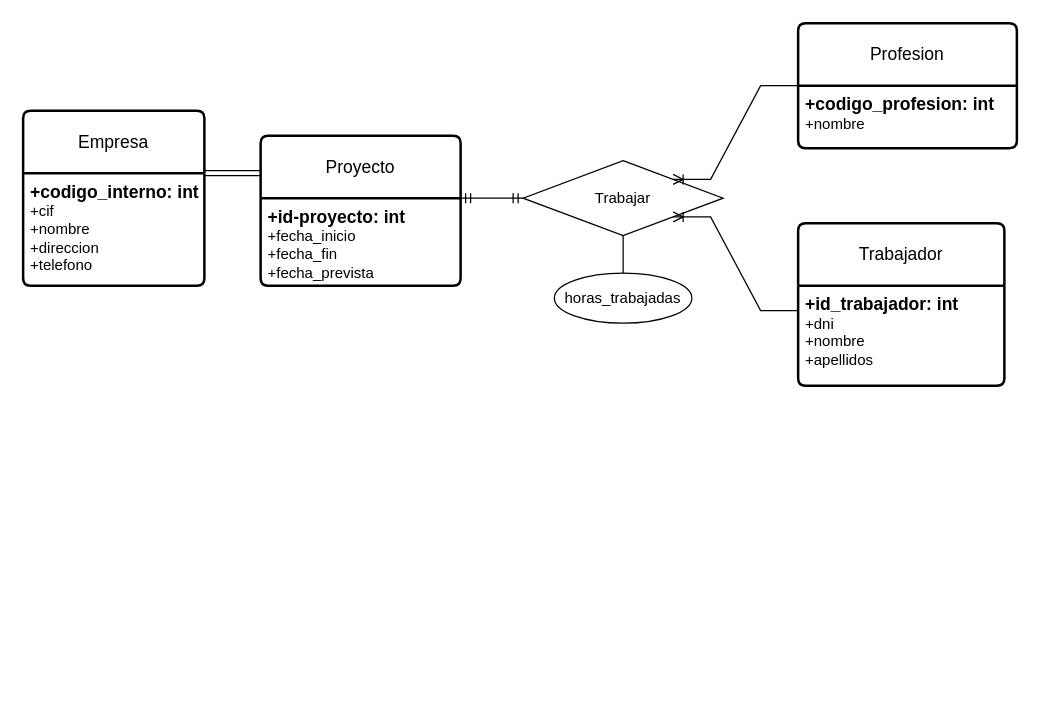
The draw.io diagram ejercicio12.drawio in AsierGArranz/aga-sru-sa-t-UD12DiagramaER-11102023, before the edit. Source tidied: cells renumbered, new cells numbered last; positions are measured from the earlier drawing's top-left corner, leaving out a move shared by most shapes. Both pictures are drawn from the tidied source at 125%, with x=0, y=0 at pixel (22, 22).
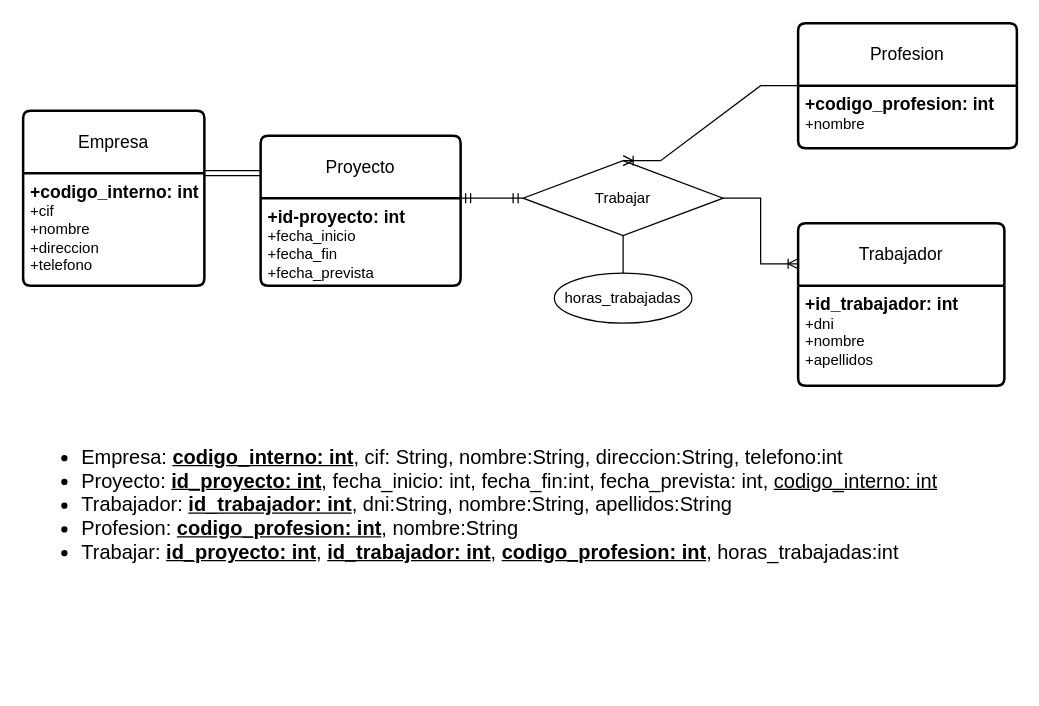
The same page after the edit.

Diff of the diagram source:
```diff
@@
 <mxGraphModel>
   <root>
     <mxCell id="0" />
     <mxCell id="1" parent="0" />
     <mxCell id="2" value="Empresa" style="swimlane;horizontal=1;startSize=50;rounded=1;fontSize=14;fontStyle=0;strokeWidth=2;shadow=0;dashed=0;align=center;arcSize=4;whiteSpace=wrap;html=1;" parent="1" vertex="1">
       <mxGeometry y="70" width="145" height="140" as="geometry" />
     </mxCell>
     <mxCell id="3" value="&lt;font style=&quot;font-size: 14px;&quot;&gt;&lt;b&gt;+codigo_interno: int&lt;/b&gt;&lt;/font&gt;&lt;br&gt;+cif&lt;br&gt;+nombre&lt;br&gt;+direccion&lt;br&gt;+telefono" style="align=left;strokeColor=none;fillColor=none;spacingLeft=4;fontSize=12;verticalAlign=top;html=1;" parent="2" vertex="1">
       <mxGeometry y="50" width="145" height="90" as="geometry" />
     </mxCell>
     <mxCell id="4" value="Proyecto" style="swimlane;horizontal=1;startSize=50;rounded=1;fontSize=14;fontStyle=0;strokeWidth=2;shadow=0;dashed=0;align=center;arcSize=4;whiteSpace=wrap;html=1;" parent="1" vertex="1">
       <mxGeometry x="190" y="90" width="160" height="120" as="geometry" />
     </mxCell>
     <mxCell id="5" value="&lt;font style=&quot;font-size: 14px;&quot;&gt;&lt;b&gt;+id-proyecto: int&lt;/b&gt;&lt;/font&gt;&lt;br&gt;+fecha_inicio&lt;br&gt;+fecha_fin&lt;br&gt;+fecha_prevista" style="align=left;strokeColor=none;fillColor=none;spacingLeft=4;fontSize=12;verticalAlign=top;html=1;" parent="4" vertex="1">
       <mxGeometry y="50" width="160" height="70" as="geometry" />
     </mxCell>
     <mxCell id="6" style="shape=link;html=1;rounded=0;entryX=0;entryY=0.25;entryDx=0;entryDy=0;exitX=1;exitY=0;exitDx=0;exitDy=0;" parent="1" edge="1" source="3" target="4">
       <mxGeometry relative="1" as="geometry" />
     </mxCell>
     <mxCell id="7" value="Trabajador" style="swimlane;horizontal=1;startSize=50;rounded=1;fontSize=14;fontStyle=0;strokeWidth=2;shadow=0;dashed=0;align=center;arcSize=4;whiteSpace=wrap;html=1;" parent="1" vertex="1">
       <mxGeometry x="620" y="160" width="165" height="130" as="geometry" />
     </mxCell>
     <mxCell id="8" value="&lt;b&gt;&lt;font style=&quot;font-size: 14px;&quot;&gt;+id_trabajador: int&lt;/font&gt;&lt;/b&gt;&lt;br&gt;+dni&lt;br&gt;+nombre&lt;br&gt;+apellidos" style="align=left;strokeColor=none;fillColor=none;spacingLeft=4;fontSize=12;verticalAlign=top;html=1;" parent="7" vertex="1">
       <mxGeometry y="50" width="165" height="80" as="geometry" />
     </mxCell>
     <mxCell id="9" value="Profesion" style="swimlane;horizontal=1;startSize=50;rounded=1;fontSize=14;fontStyle=0;strokeWidth=2;shadow=0;dashed=0;align=center;arcSize=4;whiteSpace=wrap;html=1;" parent="1" vertex="1">
       <mxGeometry x="620" width="175" height="100" as="geometry" />
     </mxCell>
     <mxCell id="10" value="&lt;font style=&quot;font-size: 14px;&quot;&gt;&lt;b&gt;+codigo_profesion: int&lt;/b&gt;&lt;/font&gt;&lt;br&gt;+nombre" style="align=left;strokeColor=none;fillColor=none;spacingLeft=4;fontSize=12;verticalAlign=top;html=1;" parent="9" vertex="1">
       <mxGeometry y="50" width="175" height="50" as="geometry" />
     </mxCell>
     <mxCell id="11" value="Trabajar" style="shape=rhombus;perimeter=rhombusPerimeter;whiteSpace=wrap;html=1;align=center;" parent="1" vertex="1">
       <mxGeometry x="400" y="110" width="160" height="60" as="geometry" />
     </mxCell>
     <mxCell id="12" value="horas_trabajadas" style="ellipse;whiteSpace=wrap;html=1;align=center;" parent="1" vertex="1">
       <mxGeometry x="425" y="200" width="110" height="40" as="geometry" />
     </mxCell>
     <mxCell id="13" style="endArrow=none;html=1;rounded=0;entryX=0.5;entryY=1;entryDx=0;entryDy=0;exitX=0.5;exitY=0;exitDx=0;exitDy=0;" parent="1" edge="1" source="12" target="11">
       <mxGeometry relative="1" as="geometry" />
     </mxCell>
     <mxCell id="14" style="edgeStyle=entityRelationEdgeStyle;fontSize=12;html=1;endArrow=ERmandOne;startArrow=ERmandOne;rounded=0;exitX=1;exitY=0;exitDx=0;exitDy=0;entryX=0;entryY=0.5;entryDx=0;entryDy=0;" parent="1" edge="1" source="5" target="11">
       <mxGeometry relative="1" as="geometry" />
     </mxCell>
-    <mxCell id="15" style="edgeStyle=entityRelationEdgeStyle;fontSize=12;html=1;endArrow=ERoneToMany;rounded=0;exitX=0;exitY=0;exitDx=0;exitDy=0;entryX=1;entryY=0;entryDx=0;entryDy=0;" parent="1" edge="1" source="10" target="11">
+    <mxCell id="15" style="edgeStyle=entityRelationEdgeStyle;fontSize=12;html=1;endArrow=ERoneToMany;rounded=0;exitX=0;exitY=0;exitDx=0;exitDy=0;entryX=0.5;entryY=0;entryDx=0;entryDy=0;" parent="1" edge="1" source="10" target="11">
       <mxGeometry relative="1" as="geometry" />
     </mxCell>
-    <mxCell id="16" style="edgeStyle=entityRelationEdgeStyle;fontSize=12;html=1;endArrow=ERoneToMany;rounded=0;exitX=0;exitY=0.25;exitDx=0;exitDy=0;entryX=1;entryY=1;entryDx=0;entryDy=0;" parent="1" edge="1" source="8" target="11">
+    <mxCell id="16" style="edgeStyle=entityRelationEdgeStyle;fontSize=12;html=1;endArrow=ERoneToMany;rounded=0;exitX=1;exitY=0.5;exitDx=0;exitDy=0;entryX=0;entryY=0.25;entryDx=0;entryDy=0;" parent="1" edge="1" source="11" target="7">
       <mxGeometry relative="1" as="geometry" />
     </mxCell>
+    <mxCell id="17" value="&lt;ul style=&quot;font-size: 16px;&quot;&gt;&lt;li&gt;Empresa: &lt;u style=&quot;font-weight: bold;&quot;&gt;codigo_interno: int&lt;/u&gt;, cif: String, nombre:String, direccion:String, telefono:int&lt;/li&gt;&lt;li&gt;Proyecto: &lt;u style=&quot;font-weight: bold;&quot;&gt;id_proyecto: int&lt;/u&gt;, fecha_inicio: int, fecha_fin:int, fecha_prevista: int, &lt;u&gt;codigo_interno: int&lt;/u&gt;&lt;/li&gt;&lt;li&gt;Trabajador: &lt;u style=&quot;font-weight: bold;&quot;&gt;id_trabajador: int&lt;/u&gt;, dni:String, nombre:String, apellidos:String&lt;/li&gt;&lt;li style=&quot;border-color: var(--border-color);&quot;&gt;Profesion:&amp;nbsp;&lt;u style=&quot;border-color: var(--border-color); font-weight: bold;&quot;&gt;codigo_profesion: int&lt;/u&gt;, nombre:String&lt;/li&gt;&lt;li style=&quot;border-color: var(--border-color);&quot;&gt;Trabajar:&amp;nbsp;&lt;u style=&quot;border-color: var(--border-color); font-weight: bold;&quot;&gt;id_proyecto: int&lt;/u&gt;,&amp;nbsp;&lt;u style=&quot;border-color: var(--border-color); font-weight: bold;&quot;&gt;id_trabajador: int&lt;/u&gt;,&amp;nbsp;&lt;u style=&quot;border-color: var(--border-color); font-weight: bold;&quot;&gt;codigo_profesion: int&lt;/u&gt;, horas_trabajadas:int&lt;/li&gt;&lt;/ul&gt;" style="text;strokeColor=none;fillColor=none;html=1;whiteSpace=wrap;verticalAlign=middle;overflow=hidden;" parent="1" vertex="1">
+      <mxGeometry x="5" y="240" width="770" height="290" as="geometry" />
+    </mxCell>
   </root>
 </mxGraphModel>
```
